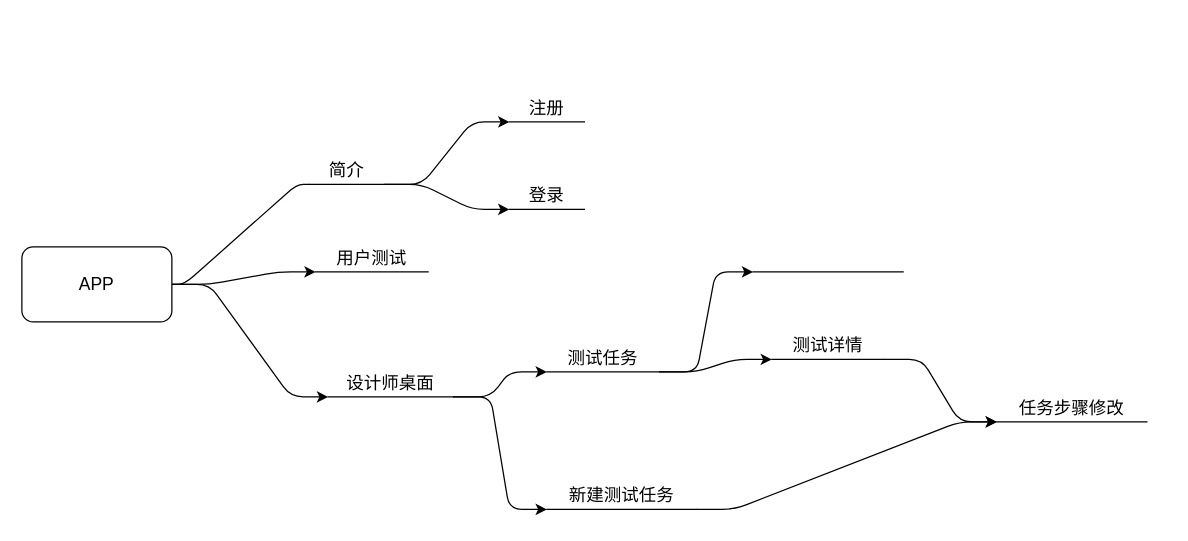
The draw.io diagram page "路由" (13 of 13) of design/sodar_design.drawio in onlyzlc/prototester, before the edit. Source tidied: cells renumbered, new cells numbered last; positions are measured from the earlier drawing's top-left corner, leaving out a move shared by most shapes. Both pictures are drawn from the tidied source at 125%, with x=0, y=0 at pixel (21, 96).
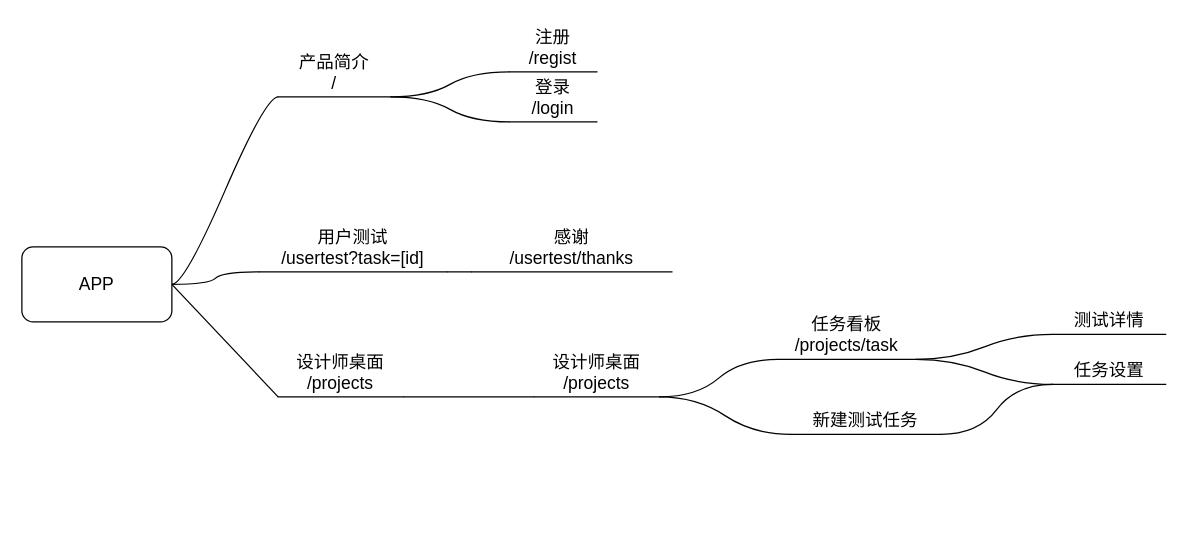
After the change.

Unchanged cells that the change refers to:
```xml
<mxCell id="10" value="APP" style="rounded=1;whiteSpace=wrap;html=1;fontSize=14;" parent="1" vertex="1">
  <mxGeometry y="120" width="120" height="60" as="geometry" />
</mxCell>
```

Change to the diagram source:
```diff
@@
-    <mxCell id="2" style="jettySize=auto;html=1;strokeColor=#000000;edgeStyle=entityRelationEdgeStyle;fontSize=14;" parent="1" edge="1" source="4" target="6">
+    <mxCell id="2" style="jettySize=auto;html=1;strokeColor=#000000;edgeStyle=entityRelationEdgeStyle;fontSize=14;endArrow=none;endFill=0;curved=1;" parent="1" edge="1" source="4" target="6">
       <mxGeometry relative="1" as="geometry" />
     </mxCell>
-    <mxCell id="3" style="edgeStyle=entityRelationEdgeStyle;jettySize=auto;html=1;strokeColor=#000000;fontSize=14;" parent="1" edge="1" source="4" target="5">
+    <mxCell id="3" style="edgeStyle=entityRelationEdgeStyle;jettySize=auto;html=1;strokeColor=#000000;fontSize=14;endArrow=none;endFill=0;curved=1;" parent="1" edge="1" source="4" target="5">
       <mxGeometry relative="1" as="geometry" />
     </mxCell>
-    <mxCell id="4" value="简介" style="whiteSpace=wrap;html=1;shape=partialRectangle;top=0;left=0;bottom=1;right=0;points=[[0,1],[1,1]];strokeColor=#000000;fillColor=none;align=center;verticalAlign=bottom;routingCenterY=0.5;snapToPoint=1;fontSize=14;" parent="1" vertex="1">
-      <mxGeometry x="230" y="50" width="60" height="20" as="geometry" />
+    <mxCell id="4" value="产品简介&lt;br&gt;/" style="whiteSpace=wrap;html=1;shape=partialRectangle;top=0;left=0;bottom=1;right=0;points=[[0,1],[1,1]];strokeColor=#000000;fillColor=none;align=center;verticalAlign=bottom;routingCenterY=0.5;snapToPoint=1;fontSize=14;" parent="1" vertex="1">
+      <mxGeometry x="205" y="-40" width="90" height="40" as="geometry" />
     </mxCell>
-    <mxCell id="5" value="登录" style="whiteSpace=wrap;html=1;shape=partialRectangle;top=0;left=0;bottom=1;right=0;points=[[0,1],[1,1]];strokeColor=#000000;fillColor=none;align=center;verticalAlign=bottom;routingCenterY=0.5;snapToPoint=1;fontSize=14;" parent="1" vertex="1">
-      <mxGeometry x="390" y="70" width="60" height="20" as="geometry" />
+    <mxCell id="5" value="登录&lt;br&gt;/login" style="whiteSpace=wrap;html=1;shape=partialRectangle;top=0;left=0;bottom=1;right=0;points=[[0,1],[1,1]];strokeColor=#000000;fillColor=none;align=center;verticalAlign=bottom;routingCenterY=0.5;snapToPoint=1;fontSize=14;" parent="1" vertex="1">
+      <mxGeometry x="390" y="-20" width="70" height="40" as="geometry" />
     </mxCell>
-    <mxCell id="6" value="注册" style="whiteSpace=wrap;html=1;shape=partialRectangle;top=0;left=0;bottom=1;right=0;points=[[0,1],[1,1]];strokeColor=#000000;fillColor=none;align=center;verticalAlign=bottom;routingCenterY=0.5;snapToPoint=1;fontSize=14;" parent="1" vertex="1">
-      <mxGeometry x="390" width="60" height="20" as="geometry" />
+    <mxCell id="6" value="注册&lt;br&gt;/regist" style="whiteSpace=wrap;html=1;shape=partialRectangle;top=0;left=0;bottom=1;right=0;points=[[0,1],[1,1]];strokeColor=#000000;fillColor=none;align=center;verticalAlign=bottom;routingCenterY=0.5;snapToPoint=1;fontSize=14;" parent="1" vertex="1">
+      <mxGeometry x="390" y="-60" width="70" height="40" as="geometry" />
     </mxCell>
-    <mxCell id="7" style="startArrow=none;endArrow=none;segment=10;strokeColor=#000000;edgeStyle=entityRelationEdgeStyle;fontSize=14;" parent="1" edge="1" source="10" target="4">
+    <mxCell id="7" style="startArrow=none;endArrow=none;segment=10;strokeColor=#000000;edgeStyle=entityRelationEdgeStyle;fontSize=14;endFill=0;curved=1;" parent="1" edge="1" source="10" target="4">
       <mxGeometry relative="1" as="geometry" />
     </mxCell>
-    <mxCell id="8" style="edgeStyle=entityRelationEdgeStyle;jettySize=auto;html=1;strokeColor=#000000;fontSize=14;" parent="1" edge="1" source="10" target="11">
+    <mxCell id="8" style="edgeStyle=entityRelationEdgeStyle;jettySize=auto;html=1;strokeColor=#000000;fontSize=14;endArrow=none;endFill=0;curved=1;" parent="1" edge="1" source="10" target="11">
       <mxGeometry relative="1" as="geometry" />
     </mxCell>
-    <mxCell id="9" style="edgeStyle=entityRelationEdgeStyle;jettySize=auto;html=1;strokeColor=#000000;fontSize=14;" parent="1" edge="1" source="10" target="18">
-      <mxGeometry relative="1" as="geometry" />
-    </mxCell>
+    <mxCell id="24" style="edgeStyle=orthogonalEdgeStyle;jettySize=auto;html=1;entryX=0;entryY=1;entryDx=0;entryDy=0;endArrow=none;endFill=0;strokeColor=none;curved=1;" parent="1" edge="1" source="10" target="29">
+      <mxGeometry relative="1" as="geometry" />
+    </mxCell>
+    <mxCell id="25" style="jettySize=auto;html=1;endArrow=none;endFill=0;strokeColor=#000000;exitX=1;exitY=0.5;exitDx=0;exitDy=0;" parent="1" edge="1" source="10" target="29">
+      <mxGeometry relative="1" as="geometry" />
+    </mxCell>
@@
+    <mxCell id="26" style="edgeStyle=none;jettySize=auto;html=1;entryX=0;entryY=1;entryDx=0;entryDy=0;endArrow=none;endFill=0;strokeColor=#000000;" parent="1" edge="1" source="11" target="27">
+      <mxGeometry relative="1" as="geometry" />
+    </mxCell>
-    <mxCell id="11" value="用户测试" style="whiteSpace=wrap;html=1;shape=partialRectangle;top=0;left=0;bottom=1;right=0;points=[[0,1],[1,1]];strokeColor=#000000;fillColor=none;align=center;verticalAlign=bottom;routingCenterY=0.5;snapToPoint=1;fontSize=14;" parent="1" vertex="1">
-      <mxGeometry x="235" y="120" width="90" height="20" as="geometry" />
+    <mxCell id="11" value="用户测试&lt;br&gt;/usertest?task=[id]" style="whiteSpace=wrap;html=1;shape=partialRectangle;top=0;left=0;bottom=1;right=0;points=[[0,1],[1,1]];strokeColor=#000000;fillColor=none;align=center;verticalAlign=bottom;routingCenterY=0.5;snapToPoint=1;fontSize=14;" parent="1" vertex="1">
+      <mxGeometry x="190" y="100" width="150" height="40" as="geometry" />
     </mxCell>
-    <mxCell id="12" style="edgeStyle=entityRelationEdgeStyle;jettySize=auto;html=1;strokeColor=#000000;fontSize=14;" parent="1" edge="1" source="14" target="15">
+    <mxCell id="12" style="edgeStyle=entityRelationEdgeStyle;jettySize=auto;html=1;strokeColor=#000000;fontSize=14;endArrow=none;endFill=0;curved=1;" parent="1" edge="1" source="14" target="15">
       <mxGeometry relative="1" as="geometry" />
     </mxCell>
-    <mxCell id="13" style="edgeStyle=entityRelationEdgeStyle;jettySize=auto;html=1;strokeColor=#000000;fontSize=14;" parent="1" edge="1" source="14" target="23">
-      <mxGeometry relative="1" as="geometry" />
-    </mxCell>
-    <mxCell id="14" value="测试任务" style="whiteSpace=wrap;html=1;shape=partialRectangle;top=0;left=0;bottom=1;right=0;points=[[0,1],[1,1]];strokeColor=#000000;fillColor=none;align=center;verticalAlign=bottom;routingCenterY=0.5;snapToPoint=1;fontSize=14;" parent="1" vertex="1">
-      <mxGeometry x="420" y="200" width="90" height="20" as="geometry" />
+    <mxCell id="14" value="任务看板&lt;br&gt;/projects/task" style="whiteSpace=wrap;html=1;shape=partialRectangle;top=0;left=0;bottom=1;right=0;points=[[0,1],[1,1]];strokeColor=#000000;fillColor=none;align=center;verticalAlign=bottom;routingCenterY=0.5;snapToPoint=1;fontSize=14;" parent="1" vertex="1">
+      <mxGeometry x="605" y="170" width="110" height="40" as="geometry" />
     </mxCell>
     <mxCell id="15" value="测试详情" style="whiteSpace=wrap;html=1;shape=partialRectangle;top=0;left=0;bottom=1;right=0;points=[[0,1],[1,1]];strokeColor=#000000;fillColor=none;align=center;verticalAlign=bottom;routingCenterY=0.5;snapToPoint=1;fontSize=14;" parent="1" vertex="1">
-      <mxGeometry x="600" y="190" width="90" height="20" as="geometry" />
+      <mxGeometry x="825" y="170" width="90" height="20" as="geometry" />
     </mxCell>
-    <mxCell id="16" style="edgeStyle=entityRelationEdgeStyle;jettySize=auto;html=1;strokeColor=#000000;fontSize=14;" parent="1" edge="1" source="18" target="14">
+    <mxCell id="16" style="edgeStyle=entityRelationEdgeStyle;jettySize=auto;html=1;strokeColor=#000000;fontSize=14;endArrow=none;endFill=0;curved=1;exitX=1;exitY=1;exitDx=0;exitDy=0;" parent="1" edge="1" source="18" target="14">
       <mxGeometry relative="1" as="geometry" />
     </mxCell>
-    <mxCell id="17" style="edgeStyle=entityRelationEdgeStyle;jettySize=auto;html=1;strokeColor=#000000;fontSize=14;" parent="1" edge="1" source="18" target="21">
+    <mxCell id="17" style="edgeStyle=entityRelationEdgeStyle;jettySize=auto;html=1;strokeColor=#000000;fontSize=14;endArrow=none;endFill=0;curved=1;exitX=1;exitY=1;exitDx=0;exitDy=0;" parent="1" edge="1" source="18" target="21">
       <mxGeometry relative="1" as="geometry" />
     </mxCell>
-    <mxCell id="18" value="设计师桌面" style="whiteSpace=wrap;html=1;shape=partialRectangle;top=0;left=0;bottom=1;right=0;points=[[0,1],[1,1]];strokeColor=#000000;fillColor=none;align=center;verticalAlign=bottom;routingCenterY=0.5;snapToPoint=1;fontSize=14;" parent="1" vertex="1">
-      <mxGeometry x="245" y="220" width="100" height="20" as="geometry" />
+    <mxCell id="18" value="设计师桌面&lt;br&gt;/projects" style="whiteSpace=wrap;html=1;shape=partialRectangle;top=0;left=0;bottom=1;right=0;points=[[0,1],[1,1]];strokeColor=#000000;fillColor=none;align=center;verticalAlign=bottom;routingCenterY=0.5;snapToPoint=1;fontSize=14;" parent="1" vertex="1">
+      <mxGeometry x="410" y="200" width="100" height="40" as="geometry" />
     </mxCell>
-    <mxCell id="19" style="edgeStyle=entityRelationEdgeStyle;jettySize=auto;html=1;strokeColor=#000000;fontSize=14;" parent="1" edge="1" source="15" target="22">
+    <mxCell id="19" style="edgeStyle=entityRelationEdgeStyle;jettySize=auto;html=1;strokeColor=#000000;fontSize=14;endArrow=none;endFill=0;curved=1;" parent="1" edge="1" source="14" target="22">
       <mxGeometry relative="1" as="geometry" />
     </mxCell>
-    <mxCell id="20" style="edgeStyle=entityRelationEdgeStyle;jettySize=auto;html=1;strokeColor=#000000;fontSize=14;" parent="1" edge="1" source="21" target="22">
+    <mxCell id="20" style="edgeStyle=entityRelationEdgeStyle;jettySize=auto;html=1;strokeColor=#000000;fontSize=14;endArrow=none;endFill=0;curved=1;" parent="1" edge="1" source="21" target="22">
       <mxGeometry relative="1" as="geometry" />
     </mxCell>
     <mxCell id="21" value="新建测试任务" style="whiteSpace=wrap;html=1;shape=partialRectangle;top=0;left=0;bottom=1;right=0;points=[[0,1],[1,1]];strokeColor=#000000;fillColor=none;align=center;verticalAlign=bottom;routingCenterY=0.5;snapToPoint=1;fontSize=14;" parent="1" vertex="1">
-      <mxGeometry x="420" y="310" width="120" height="20" as="geometry" />
+      <mxGeometry x="615" y="250" width="120" height="20" as="geometry" />
     </mxCell>
-    <mxCell id="22" value="任务步骤修改" style="whiteSpace=wrap;html=1;shape=partialRectangle;top=0;left=0;bottom=1;right=0;points=[[0,1],[1,1]];strokeColor=#000000;fillColor=none;align=center;verticalAlign=bottom;routingCenterY=0.5;snapToPoint=1;fontSize=14;" parent="1" vertex="1">
-      <mxGeometry x="780" y="240" width="120" height="20" as="geometry" />
+    <mxCell id="22" value="任务设置" style="whiteSpace=wrap;html=1;shape=partialRectangle;top=0;left=0;bottom=1;right=0;points=[[0,1],[1,1]];strokeColor=#000000;fillColor=none;align=center;verticalAlign=bottom;routingCenterY=0.5;snapToPoint=1;fontSize=14;" parent="1" vertex="1">
+      <mxGeometry x="825" y="210" width="90" height="20" as="geometry" />
     </mxCell>
-    <mxCell id="23" style="whiteSpace=wrap;html=1;shape=partialRectangle;top=0;left=0;bottom=1;right=0;points=[[0,1],[1,1]];strokeColor=#000000;fillColor=none;align=center;verticalAlign=bottom;routingCenterY=0.5;snapToPoint=1;fontSize=14;" parent="1" vertex="1">
-      <mxGeometry x="585" y="120" width="120" height="20" as="geometry" />
-    </mxCell>
+    <mxCell id="27" value="感谢&lt;br&gt;/usertest/thanks" style="whiteSpace=wrap;html=1;shape=partialRectangle;top=0;left=0;bottom=1;right=0;points=[[0,1],[1,1]];strokeColor=#000000;fillColor=none;align=center;verticalAlign=bottom;routingCenterY=0.5;snapToPoint=1;fontSize=14;" parent="1" vertex="1">
+      <mxGeometry x="360" y="100" width="160" height="40" as="geometry" />
+    </mxCell>
+    <mxCell id="28" style="edgeStyle=orthogonalEdgeStyle;curved=1;jettySize=auto;html=1;endArrow=none;endFill=0;strokeColor=#000000;" parent="1" edge="1" source="29" target="18">
+      <mxGeometry relative="1" as="geometry" />
+    </mxCell>
+    <mxCell id="29" value="设计师桌面&lt;br&gt;/projects" style="whiteSpace=wrap;html=1;shape=partialRectangle;top=0;left=0;bottom=1;right=0;points=[[0,1],[1,1]];strokeColor=#000000;fillColor=none;align=center;verticalAlign=bottom;routingCenterY=0.5;snapToPoint=1;fontSize=14;" parent="1" vertex="1">
+      <mxGeometry x="205" y="200" width="100" height="40" as="geometry" />
+    </mxCell>
```
